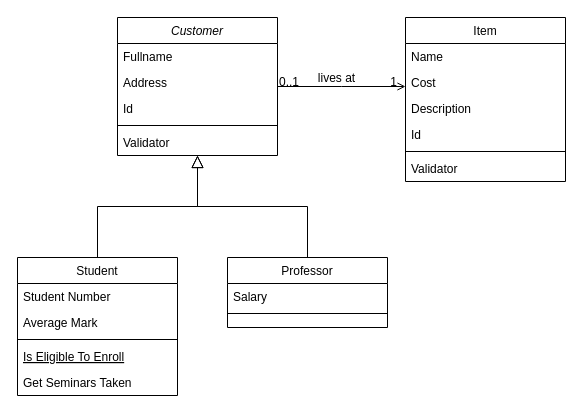
The draw.io diagram OOP1.drawio in TimGook/Programming, before the edit. Source tidied: cells renumbered, new cells numbered last; positions are measured from the earlier drawing's top-left corner, leaving out a move shared by most shapes. Both pictures are drawn from the tidied source at 100%, with x=0, y=0 at pixel (17, 17).
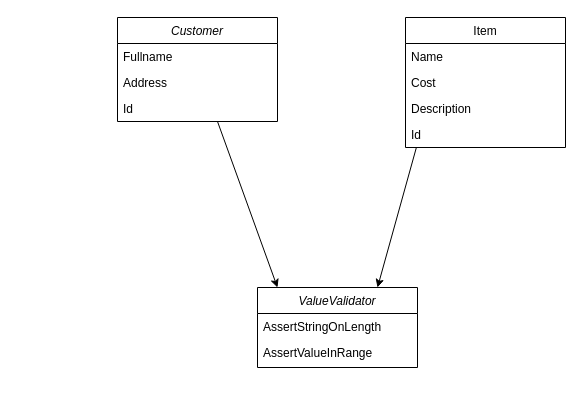
After the change.

Change to the diagram source:
```diff
@@
     <mxCell id="2" value="Customer" style="swimlane;fontStyle=2;align=center;verticalAlign=top;horizontal=1;startSize=26;rounded=0;shadow=0;strokeWidth=1;" parent="1" vertex="1">
-      <mxGeometry x="100" width="160" height="138" as="geometry" />
+      <mxGeometry x="100" width="160" height="104" as="geometry" />
     </mxCell>
@@
-    <mxCell id="6" style="line;html=1;strokeWidth=1;align=left;verticalAlign=middle;spacingTop=-1;spacingLeft=3;spacingRight=3;labelPosition=right;" parent="2" vertex="1">
-      <mxGeometry y="104" width="160" height="8" as="geometry" />
-    </mxCell>
-    <mxCell id="7" value="Validator" style="text;align=left;verticalAlign=top;spacingLeft=4;spacingRight=4;overflow=hidden;" parent="2" vertex="1">
-      <mxGeometry y="112" width="160" height="26" as="geometry" />
-    </mxCell>
-    <mxCell id="8" value="Student" style="swimlane;fontStyle=0;align=center;verticalAlign=top;horizontal=1;startSize=26;rounded=0;shadow=0;strokeWidth=1;" parent="1" vertex="1">
-      <mxGeometry y="240" width="160" height="138" as="geometry" />
-    </mxCell>
-    <mxCell id="9" value="Student Number" style="text;align=left;verticalAlign=top;spacingLeft=4;spacingRight=4;overflow=hidden;" parent="8" vertex="1">
-      <mxGeometry y="26" width="160" height="26" as="geometry" />
-    </mxCell>
-    <mxCell id="10" value="Average Mark" style="text;align=left;verticalAlign=top;spacingLeft=4;spacingRight=4;overflow=hidden;rounded=0;shadow=0;html=0;" parent="8" vertex="1">
-      <mxGeometry y="52" width="160" height="26" as="geometry" />
-    </mxCell>
-    <mxCell id="11" style="line;html=1;strokeWidth=1;align=left;verticalAlign=middle;spacingTop=-1;spacingLeft=3;spacingRight=3;labelPosition=right;" parent="8" vertex="1">
-      <mxGeometry y="78" width="160" height="8" as="geometry" />
-    </mxCell>
-    <mxCell id="12" value="Is Eligible To Enroll" style="text;align=left;verticalAlign=top;spacingLeft=4;spacingRight=4;overflow=hidden;fontStyle=4;" parent="8" vertex="1">
-      <mxGeometry y="86" width="160" height="26" as="geometry" />
-    </mxCell>
-    <mxCell id="13" value="Get Seminars Taken" style="text;align=left;verticalAlign=top;spacingLeft=4;spacingRight=4;overflow=hidden;" parent="8" vertex="1">
-      <mxGeometry y="112" width="160" height="26" as="geometry" />
-    </mxCell>
-    <mxCell id="14" style="endArrow=block;endSize=10;endFill=0;shadow=0;strokeWidth=1;rounded=0;edgeStyle=elbowEdgeStyle;elbow=vertical;" parent="1" edge="1" source="8" target="2">
-      <mxGeometry relative="1" as="geometry" />
-    </mxCell>
-    <mxCell id="15" value="Professor" style="swimlane;fontStyle=0;align=center;verticalAlign=top;horizontal=1;startSize=26;rounded=0;shadow=0;strokeWidth=1;" parent="1" vertex="1">
-      <mxGeometry x="210" y="240" width="160" height="70" as="geometry" />
-    </mxCell>
-    <mxCell id="16" value="Salary" style="text;align=left;verticalAlign=top;spacingLeft=4;spacingRight=4;overflow=hidden;" parent="15" vertex="1">
-      <mxGeometry y="26" width="160" height="26" as="geometry" />
-    </mxCell>
-    <mxCell id="17" style="line;html=1;strokeWidth=1;align=left;verticalAlign=middle;spacingTop=-1;spacingLeft=3;spacingRight=3;labelPosition=right;" parent="15" vertex="1">
-      <mxGeometry y="52" width="160" height="8" as="geometry" />
-    </mxCell>
-    <mxCell id="18" style="endArrow=block;endSize=10;endFill=0;shadow=0;strokeWidth=1;rounded=0;edgeStyle=elbowEdgeStyle;elbow=vertical;" parent="1" edge="1" source="15" target="2">
-      <mxGeometry relative="1" as="geometry" />
-    </mxCell>
     <mxCell id="19" value="Item" style="swimlane;fontStyle=0;align=center;verticalAlign=top;horizontal=1;startSize=26;rounded=0;shadow=0;strokeWidth=1;" parent="1" vertex="1">
-      <mxGeometry x="388" width="160" height="164" as="geometry" />
+      <mxGeometry x="388" width="160" height="130" as="geometry" />
     </mxCell>
@@
+    <mxCell id="30" value="ValueValidator" style="swimlane;fontStyle=2;align=center;verticalAlign=top;horizontal=1;startSize=26;rounded=0;shadow=0;strokeWidth=1;" parent="1" vertex="1">
+      <mxGeometry x="240" y="270" width="160" height="80" as="geometry" />
+    </mxCell>
+    <mxCell id="31" value="AssertStringOnLength" style="text;align=left;verticalAlign=top;spacingLeft=4;spacingRight=4;overflow=hidden;" parent="30" vertex="1">
+      <mxGeometry y="26" width="160" height="26" as="geometry" />
+    </mxCell>
+    <mxCell id="32" value="AssertValueInRange" style="text;align=left;verticalAlign=top;spacingLeft=4;spacingRight=4;overflow=hidden;rounded=0;shadow=0;html=0;" parent="30" vertex="1">
+      <mxGeometry y="52" width="160" height="26" as="geometry" />
+    </mxCell>
-    <mxCell id="23" value="Id" style="text;align=left;verticalAlign=top;spacingLeft=4;spacingRight=4;overflow=hidden;points=[[0,0.5],[1,0.5]];portConstraint=eastwest;rounded=0;shadow=0;html=0;" parent="19" vertex="1">
-      <mxGeometry y="104" width="160" height="26" as="geometry" />
+    <mxCell id="23" value="Id" style="text;align=left;verticalAlign=top;spacingLeft=4;spacingRight=4;overflow=hidden;points=[[0,0.5],[1,0.5]];portConstraint=eastwest;rounded=0;shadow=0;html=0;" parent="1" vertex="1">
+      <mxGeometry x="388" y="104" width="160" height="26" as="geometry" />
     </mxCell>
-    <mxCell id="24" style="line;html=1;strokeWidth=1;align=left;verticalAlign=middle;spacingTop=-1;spacingLeft=3;spacingRight=3;labelPosition=right;" parent="19" vertex="1">
-      <mxGeometry y="130" width="160" height="8" as="geometry" />
-    </mxCell>
-    <mxCell id="25" value="Validator" style="text;align=left;verticalAlign=top;spacingLeft=4;spacingRight=4;overflow=hidden;" parent="19" vertex="1">
-      <mxGeometry y="138" width="160" height="26" as="geometry" />
-    </mxCell>
-    <mxCell id="26" style="endArrow=open;shadow=0;strokeWidth=1;rounded=0;endFill=1;edgeStyle=elbowEdgeStyle;elbow=vertical;" parent="1" edge="1" source="2" target="19">
-      <mxGeometry x="0.5" y="41" relative="1" as="geometry">
-        <mxPoint x="-40" y="32" as="offset" />
-      </mxGeometry>
-    </mxCell>
-    <mxCell id="27" value="0..1" style="align=left;verticalAlign=bottom;labelBackgroundColor=none;fontSize=12;" parent="26" vertex="1">
-      <mxGeometry x="-1" relative="1" as="geometry">
-        <mxPoint y="4" as="offset" />
-      </mxGeometry>
-    </mxCell>
-    <mxCell id="28" value="1" style="align=right;verticalAlign=bottom;labelBackgroundColor=none;fontSize=12;" parent="26" vertex="1">
-      <mxGeometry x="1" relative="1" as="geometry">
-        <mxPoint x="-7" y="4" as="offset" />
-      </mxGeometry>
-    </mxCell>
-    <mxCell id="29" value="lives at" style="text;html=1;align=center;verticalAlign=middle;labelBackgroundColor=none;rounded=0;shadow=0;strokeWidth=1;fontSize=12;" parent="26" vertex="1">
-      <mxGeometry x="0.5" y="49" relative="1" as="geometry">
-        <mxPoint x="-38" y="40" as="offset" />
-      </mxGeometry>
-    </mxCell>
+    <mxCell id="33" style="endArrow=classic;html=1;rounded=0;entryX=0.75;entryY=0;entryDx=0;entryDy=0;exitX=0.068;exitY=1;exitDx=0;exitDy=0;exitPerimeter=0;" parent="1" edge="1" source="23" target="30">
+      <mxGeometry relative="1" as="geometry" />
+    </mxCell>
+    <mxCell id="34" style="endArrow=classic;html=1;rounded=0;entryX=0.125;entryY=0;entryDx=0;entryDy=0;entryPerimeter=0;exitX=0.678;exitY=1.262;exitDx=0;exitDy=0;exitPerimeter=0;" parent="1" edge="1" target="30">
+      <mxGeometry relative="1" as="geometry">
+        <mxPoint x="200" y="104" as="sourcePoint" />
+      </mxGeometry>
+    </mxCell>
```
